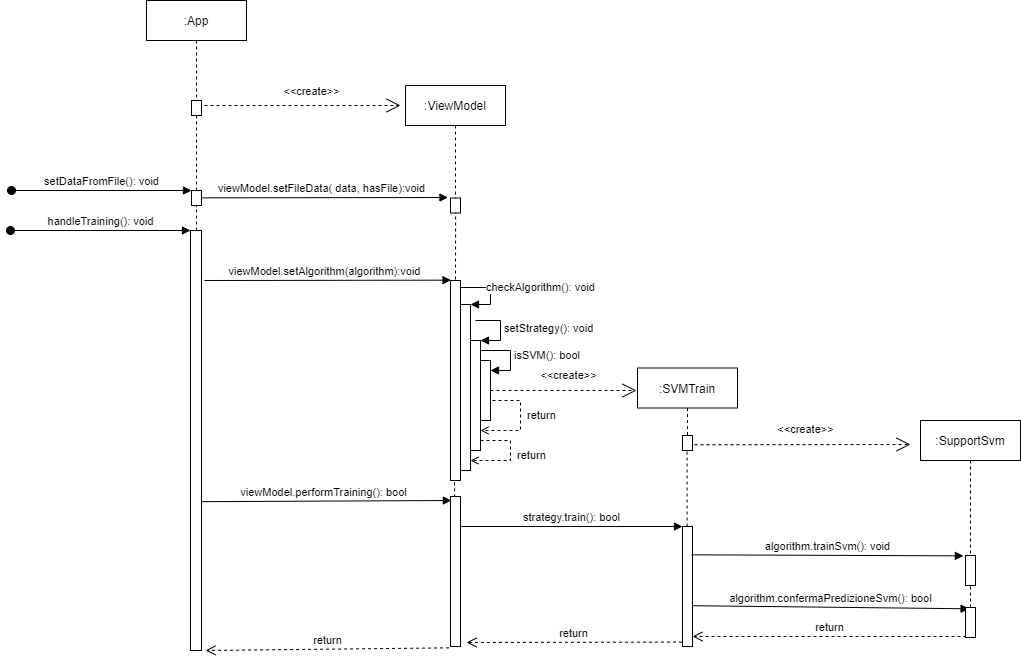
teamafkSWE/PredireInGrafana-docs keeps this draw.io diagram as Diagrams/Sequence_diagrams/trainSVM.png. Above is the earlier version. Source tidied: cells renumbered, new cells last; positions are measured from the earlier drawing's top-left corner, leaving out a move shared by most shapes.
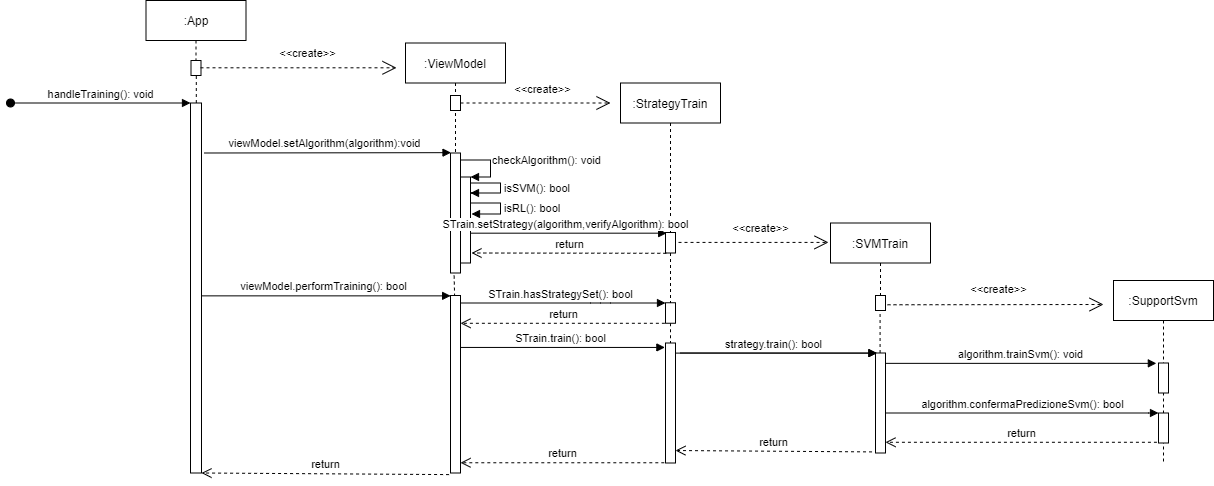
Above is the later version.

Commit message:
aggiornata diagramma a sequenza

What changed in the source:
```diff
@@ -4,10 +4,10 @@
     <mxCell id="1" parent="0" />
-    <mxCell id="2" style="html=1;points=[];perimeter=orthogonalPerimeter;" parent="1" vertex="1">
-      <mxGeometry x="180" y="230" width="11" height="420" as="geometry" />
-    </mxCell>
-    <mxCell id="3" style="html=1;points=[];perimeter=orthogonalPerimeter;" parent="1" vertex="1">
-      <mxGeometry x="440" y="280" width="10" height="200" as="geometry" />
-    </mxCell>
+    <mxCell id="43" style="html=1;points=[];perimeter=orthogonalPerimeter;" parent="1" vertex="1">
+      <mxGeometry x="-250" y="-17.5" width="11" height="370" as="geometry" />
+    </mxCell>
+    <mxCell id="44" style="html=1;points=[];perimeter=orthogonalPerimeter;" parent="1" vertex="1">
+      <mxGeometry x="10" y="32.5" width="10" height="120" as="geometry" />
+    </mxCell>
     <mxCell id="4" value=":App" style="shape=umlLifeline;perimeter=lifelinePerimeter;whiteSpace=wrap;html=1;" parent="1" vertex="1">
-      <mxGeometry x="136" width="100" height="100" as="geometry" />
+      <mxGeometry x="-294.5" y="-120" width="100" height="60" as="geometry" />
     </mxCell>
@@ -15,14 +15,14 @@
       <mxGeometry relative="1" as="geometry">
-        <mxPoint y="230" as="sourcePoint" />
-        <mxPoint x="180" y="230" as="targetPoint" />
+        <mxPoint x="-430" y="-17.5" as="sourcePoint" />
+        <mxPoint x="-250" y="-17.5" as="targetPoint" />
       </mxGeometry>
     </mxCell>
-    <mxCell id="6" style="html=1;points=[];perimeter=orthogonalPerimeter;" parent="1" vertex="1">
-      <mxGeometry x="450" y="304" width="10" height="166" as="geometry" />
-    </mxCell>
+    <mxCell id="45" style="html=1;points=[];perimeter=orthogonalPerimeter;" parent="1" vertex="1">
+      <mxGeometry x="20" y="56.5" width="10" height="86" as="geometry" />
+    </mxCell>
-    <mxCell id="7" value="checkAlgorithm(): void" style="edgeStyle=orthogonalEdgeStyle;html=1;align=left;spacingLeft=2;endArrow=block;rounded=0;entryX=1;entryY=0;exitX=1;exitY=0.143;exitDx=0;exitDy=0;exitPerimeter=0;" parent="1" edge="1" source="3" target="6">
+    <mxCell id="7" value="checkAlgorithm(): void" style="edgeStyle=orthogonalEdgeStyle;html=1;align=left;spacingLeft=2;endArrow=block;rounded=0;entryX=1;entryY=0;exitX=1;exitY=0.143;exitDx=0;exitDy=0;exitPerimeter=0;" parent="1" edge="1" source="44" target="45">
       <mxGeometry relative="1" as="geometry">
         <Array as="points">
-          <mxPoint x="480" y="287" />
-          <mxPoint x="480" y="304" />
+          <mxPoint x="50" y="39.5" />
+          <mxPoint x="50" y="56.5" />
         </Array>
@@ -30,21 +30,9 @@
     </mxCell>
-    <mxCell id="8" style="html=1;points=[];perimeter=orthogonalPerimeter;" parent="1" vertex="1">
-      <mxGeometry x="460" y="340" width="10" height="110" as="geometry" />
-    </mxCell>
-    <mxCell id="9" value="setStrategy(): void" style="edgeStyle=orthogonalEdgeStyle;html=1;align=left;spacingLeft=2;endArrow=block;rounded=0;entryX=1;entryY=0;" parent="1" edge="1" target="8">
-      <mxGeometry relative="1" as="geometry">
-        <mxPoint x="465" y="320" as="sourcePoint" />
-        <Array as="points">
-          <mxPoint x="490" y="320" />
-          <mxPoint x="490" y="340" />
-          <mxPoint x="470" y="340" />
-        </Array>
-      </mxGeometry>
-    </mxCell>
-    <mxCell id="10" value="isSVM(): bool" style="edgeStyle=orthogonalEdgeStyle;html=1;align=left;spacingLeft=2;endArrow=block;rounded=0;" parent="1" edge="1" source="8">
+    <mxCell id="10" value="isSVM(): bool" style="edgeStyle=orthogonalEdgeStyle;html=1;align=left;spacingLeft=2;endArrow=block;rounded=0;" parent="1" edge="1" source="45">
       <mxGeometry relative="1" as="geometry">
-        <mxPoint x="480" y="370" as="targetPoint" />
+        <mxPoint x="30" y="72.5" as="targetPoint" />
         <Array as="points">
-          <mxPoint x="500" y="350" />
-          <mxPoint x="500" y="370" />
+          <mxPoint x="60" y="62.5" />
+          <mxPoint x="60" y="72.5" />
+          <mxPoint x="30" y="72.5" />
         </Array>
@@ -52,147 +40,156 @@
     </mxCell>
-    <mxCell id="11" value=":SVMTrain" style="shape=umlLifeline;perimeter=lifelinePerimeter;whiteSpace=wrap;html=1;" parent="1" vertex="1">
-      <mxGeometry x="627" y="367.5" width="100" height="72.5" as="geometry" />
-    </mxCell>
-    <mxCell id="12" style="html=1;points=[];perimeter=orthogonalPerimeter;" parent="1" vertex="1">
-      <mxGeometry x="672" y="526" width="10" height="120" as="geometry" />
-    </mxCell>
-    <mxCell id="13" value="&amp;lt;&amp;lt;create&amp;gt;&amp;gt;" style="endArrow=open;endSize=12;dashed=1;html=1;exitX=1;exitY=0.5;exitDx=0;exitDy=0;exitPerimeter=0;" parent="1" edge="1" source="25">
-      <mxGeometry x="0.08" y="15" relative="1" as="geometry">
-        <mxPoint x="626" y="390" as="targetPoint" />
-      </mxGeometry>
-    </mxCell>
+    <mxCell id="46" value=":StrategyTrain" style="shape=umlLifeline;perimeter=lifelinePerimeter;whiteSpace=wrap;html=1;" parent="1" vertex="1">
+      <mxGeometry x="180" y="-37.5" width="100" height="150" as="geometry" />
+    </mxCell>
+    <mxCell id="47" style="html=1;points=[];perimeter=orthogonalPerimeter;" parent="1" vertex="1">
+      <mxGeometry x="435" y="232.5" width="10" height="100" as="geometry" />
+    </mxCell>
     <mxCell id="14" value=":SupportSvm" style="shape=umlLifeline;perimeter=lifelinePerimeter;whiteSpace=wrap;html=1;" parent="1" vertex="1">
-      <mxGeometry x="910" y="420" width="100" height="190" as="geometry" />
+      <mxGeometry x="673" y="160" width="100" height="182.5" as="geometry" />
     </mxCell>
-    <mxCell id="15" style="html=1;points=[];perimeter=orthogonalPerimeter;" parent="14" vertex="1">
-      <mxGeometry x="45" y="135" width="10" height="30" as="geometry" />
-    </mxCell>
-    <mxCell id="16" value="return" style="html=1;verticalAlign=bottom;endArrow=open;dashed=1;endSize=8;" parent="1" edge="1" target="12">
-      <mxGeometry relative="1" as="geometry">
-        <mxPoint x="956" y="636" as="sourcePoint" />
-      </mxGeometry>
-    </mxCell>
-    <mxCell id="17" value="return" style="html=1;verticalAlign=bottom;endArrow=open;dashed=1;endSize=8;exitX=-0.057;exitY=0.963;exitDx=0;exitDy=0;exitPerimeter=0;" parent="1" edge="1" source="12">
-      <mxGeometry relative="1" as="geometry">
-        <mxPoint x="456" y="642" as="targetPoint" />
-      </mxGeometry>
-    </mxCell>
+    <mxCell id="48" style="html=1;points=[];perimeter=orthogonalPerimeter;" parent="14" vertex="1">
+      <mxGeometry x="45" y="82.5" width="10" height="30" as="geometry" />
+    </mxCell>
+    <mxCell id="49" style="html=1;points=[];perimeter=orthogonalPerimeter;" parent="14" vertex="1">
+      <mxGeometry x="45" y="132.5" width="10" height="30" as="geometry" />
+    </mxCell>
-    <mxCell id="18" value="return" style="html=1;verticalAlign=bottom;endArrow=open;dashed=1;endSize=8;exitX=-0.143;exitY=1.009;exitDx=0;exitDy=0;exitPerimeter=0;" parent="1" edge="1" source="29">
-      <mxGeometry relative="1" as="geometry">
-        <mxPoint x="195" y="650" as="targetPoint" />
-      </mxGeometry>
+    <mxCell id="18" value="return" style="html=1;verticalAlign=bottom;endArrow=open;dashed=1;endSize=8;exitX=-0.143;exitY=1.009;exitDx=0;exitDy=0;exitPerimeter=0;" parent="1" edge="1" source="53" target="43">
+      <mxGeometry relative="1" as="geometry" />
     </mxCell>
-    <mxCell id="19" value="algorithm.trainSvm(): void" style="html=1;verticalAlign=bottom;endArrow=block;entryX=-0.214;entryY=0.012;entryDx=0;entryDy=0;entryPerimeter=0;exitX=0.917;exitY=0.236;exitDx=0;exitDy=0;exitPerimeter=0;" parent="1" edge="1" source="12" target="15">
+    <mxCell id="19" value="algorithm.trainSvm(): void" style="html=1;verticalAlign=bottom;endArrow=block;entryX=-0.214;entryY=0.012;entryDx=0;entryDy=0;entryPerimeter=0;" parent="1" edge="1" source="47" target="48">
       <mxGeometry relative="1" as="geometry" />
     </mxCell>
-    <mxCell id="20" value="algorithm.confermaPredizioneSvm(): bool" style="html=1;verticalAlign=bottom;endArrow=block;entryX=0.357;entryY=0.043;entryDx=0;entryDy=0;entryPerimeter=0;exitX=1;exitY=0.66;exitDx=0;exitDy=0;exitPerimeter=0;" parent="1" edge="1" source="12" target="31">
-      <mxGeometry relative="1" as="geometry" />
+    <mxCell id="20" value="algorithm.confermaPredizioneSvm(): bool" style="html=1;verticalAlign=bottom;endArrow=block;" parent="1" edge="1" source="47" target="49">
+      <mxGeometry relative="1" as="geometry">
+        <Array as="points">
+          <mxPoint x="718" y="292.5" />
+        </Array>
+      </mxGeometry>
     </mxCell>
-    <mxCell id="21" value="&amp;lt;&amp;lt;create&amp;gt;&amp;gt;" style="endArrow=open;endSize=12;dashed=1;html=1;" parent="1" edge="1">
-      <mxGeometry x="0.08" y="15" relative="1" as="geometry">
-        <mxPoint x="672" y="444.3" as="sourcePoint" />
-        <mxPoint x="900" y="444" as="targetPoint" />
-      </mxGeometry>
-    </mxCell>
+    <mxCell id="50" value="&amp;lt;&amp;lt;create&amp;gt;&amp;gt;" style="endArrow=open;endSize=12;dashed=1;html=1;" parent="1" edge="1">
+      <mxGeometry x="0.08" y="15" relative="1" as="geometry">
+        <mxPoint x="435" y="184.3" as="sourcePoint" />
+        <mxPoint x="663" y="184" as="targetPoint" />
+      </mxGeometry>
+    </mxCell>
     <mxCell id="22" value="viewModel.setAlgorithm(algorithm):void" style="html=1;verticalAlign=bottom;endArrow=block;entryX=-0.25;entryY=0.129;entryDx=0;entryDy=0;entryPerimeter=0;" parent="1" edge="1">
       <mxGeometry x="-0.03" relative="1" as="geometry">
-        <mxPoint x="194" y="280" as="sourcePoint" />
-        <mxPoint x="440.5" y="279.7" as="targetPoint" />
+        <mxPoint x="-236" y="32.5" as="sourcePoint" />
+        <mxPoint x="10.5" y="32.2" as="targetPoint" />
       </mxGeometry>
     </mxCell>
-    <mxCell id="23" value="viewModel.performTraining(): bool" style="html=1;verticalAlign=bottom;endArrow=block;entryX=0.083;entryY=0.111;entryDx=0;entryDy=0;entryPerimeter=0;" parent="1" edge="1">
-      <mxGeometry x="-0.03" relative="1" as="geometry">
-        <mxPoint x="191" y="501.2" as="sourcePoint" />
-        <mxPoint x="440.8" y="500" as="targetPoint" />
-      </mxGeometry>
+    <mxCell id="23" value="viewModel.performTraining(): bool" style="html=1;verticalAlign=bottom;endArrow=block;entryX=0.014;entryY=0.002;entryDx=0;entryDy=0;entryPerimeter=0;" parent="1" edge="1" source="43" target="53">
+      <mxGeometry x="-0.03" relative="1" as="geometry" />
     </mxCell>
+    <mxCell id="26" value=":ViewModel" style="shape=umlLifeline;perimeter=lifelinePerimeter;whiteSpace=wrap;html=1;" parent="1" vertex="1">
+      <mxGeometry x="-35" y="-77.5" width="100" height="110" as="geometry" />
+    </mxCell>
+    <mxCell id="51" style="html=1;perimeter=orthogonalPerimeter;" parent="26" vertex="1">
+      <mxGeometry x="45" y="52.5" width="10" height="15" as="geometry" />
+    </mxCell>
+    <mxCell id="52" style="endArrow=none;dashed=1;html=1;exitX=0.41;exitY=0.006;exitDx=0;exitDy=0;exitPerimeter=0;entryX=0.357;entryY=0.996;entryDx=0;entryDy=0;entryPerimeter=0;" parent="1" edge="1" source="53" target="44">
+      <mxGeometry relative="1" as="geometry" />
+    </mxCell>
+    <mxCell id="53" style="html=1;points=[];perimeter=orthogonalPerimeter;" parent="1" vertex="1">
+      <mxGeometry x="10" y="175" width="10" height="177.5" as="geometry" />
+    </mxCell>
+    <mxCell id="54" style="html=1;perimeter=orthogonalPerimeter;" parent="1" vertex="1">
+      <mxGeometry x="435" y="175" width="10" height="15" as="geometry" />
+    </mxCell>
+    <mxCell id="55" style="endArrow=none;dashed=1;html=1;" parent="1" edge="1" source="47">
+      <mxGeometry relative="1" as="geometry">
+        <mxPoint x="439.6" y="190" as="targetPoint" />
+      </mxGeometry>
+    </mxCell>
+    <mxCell id="56" style="endArrow=none;dashed=1;html=1;entryX=0.53;entryY=0.973;entryDx=0;entryDy=0;entryPerimeter=0;" parent="1" edge="1" source="43" target="72">
+      <mxGeometry relative="1" as="geometry" />
+    </mxCell>
+    <mxCell id="57" value="isRL(): bool" style="edgeStyle=orthogonalEdgeStyle;html=1;align=left;spacingLeft=2;endArrow=block;rounded=0;" parent="1" edge="1" source="45">
+      <mxGeometry relative="1" as="geometry">
+        <mxPoint x="31" y="93.5" as="targetPoint" />
+        <Array as="points">
+          <mxPoint x="30" y="82.5" />
+          <mxPoint x="60" y="82.5" />
+          <mxPoint x="60" y="93.5" />
+          <mxPoint x="31" y="93.5" />
+        </Array>
+      </mxGeometry>
+    </mxCell>
+    <mxCell id="58" value="&amp;lt;&amp;lt;create&amp;gt;&amp;gt;" style="endArrow=open;endSize=12;dashed=1;html=1;" parent="1" edge="1">
+      <mxGeometry x="0.1" y="14" relative="1" as="geometry">
+        <mxPoint x="20" y="-17.5" as="sourcePoint" />
+        <mxPoint x="170" y="-17.5" as="targetPoint" />
+      </mxGeometry>
+    </mxCell>
+    <mxCell id="11" value=":SVMTrain" style="shape=umlLifeline;perimeter=lifelinePerimeter;whiteSpace=wrap;html=1;" parent="1" vertex="1">
+      <mxGeometry x="390" y="102.5" width="100" height="72.5" as="geometry" />
+    </mxCell>
+    <mxCell id="59" value="&lt;span style=&quot;text-align: left&quot;&gt;STrain.setStrategy(algorithm,verifyAlgorithm): bool&lt;/span&gt;" style="html=1;verticalAlign=bottom;endArrow=block;entryX=0.117;entryY=0.033;entryDx=0;entryDy=0;entryPerimeter=0;" parent="1" edge="1" source="45" target="60">
+      <mxGeometry x="-0.03" relative="1" as="geometry" />
+    </mxCell>
+    <mxCell id="60" style="html=1;points=[];perimeter=orthogonalPerimeter;" parent="1" vertex="1">
+      <mxGeometry x="225" y="112" width="10" height="20.5" as="geometry" />
+    </mxCell>
+    <mxCell id="61" value="return" style="html=1;verticalAlign=bottom;endArrow=open;dashed=1;endSize=8;exitX=0.081;exitY=1.014;exitDx=0;exitDy=0;exitPerimeter=0;" parent="1" edge="1" source="60">
+      <mxGeometry relative="1" as="geometry">
+        <mxPoint x="31" y="132.5" as="targetPoint" />
+      </mxGeometry>
+    </mxCell>
+    <mxCell id="62" value="&amp;lt;&amp;lt;create&amp;gt;&amp;gt;" style="endArrow=open;endSize=12;dashed=1;html=1;" parent="1" edge="1">
+      <mxGeometry x="0.1" y="14" relative="1" as="geometry">
+        <mxPoint x="238" y="121.9" as="sourcePoint" />
+        <mxPoint x="388" y="121.9" as="targetPoint" />
+      </mxGeometry>
+    </mxCell>
+    <mxCell id="63" value="STrain.hasStrategySet(): bool" style="html=1;verticalAlign=bottom;endArrow=block;" parent="1" edge="1" source="53" target="64">
+      <mxGeometry x="-0.03" relative="1" as="geometry">
+        <Array as="points">
+          <mxPoint x="160" y="182.5" />
+        </Array>
+      </mxGeometry>
+    </mxCell>
+    <mxCell id="64" style="html=1;points=[];perimeter=orthogonalPerimeter;" parent="1" vertex="1">
+      <mxGeometry x="225" y="182.2" width="10" height="20.5" as="geometry" />
+    </mxCell>
+    <mxCell id="65" value="return" style="html=1;verticalAlign=bottom;endArrow=open;dashed=1;endSize=8;exitX=-0.062;exitY=1.002;exitDx=0;exitDy=0;exitPerimeter=0;" parent="1" edge="1" source="64" target="53">
+      <mxGeometry relative="1" as="geometry" />
+    </mxCell>
+    <mxCell id="66" style="html=1;points=[];perimeter=orthogonalPerimeter;" parent="1" vertex="1">
+      <mxGeometry x="225" y="222.5" width="10" height="120" as="geometry" />
+    </mxCell>
+    <mxCell id="67" value="STrain.train(): bool" style="html=1;verticalAlign=bottom;endArrow=block;entryX=-0.062;entryY=0.037;entryDx=0;entryDy=0;entryPerimeter=0;" parent="1" edge="1" source="53" target="66">
+      <mxGeometry x="-0.03" relative="1" as="geometry" />
+    </mxCell>
+    <mxCell id="68" value="return" style="html=1;verticalAlign=bottom;endArrow=open;dashed=1;endSize=8;exitX=-0.12;exitY=0.998;exitDx=0;exitDy=0;exitPerimeter=0;" parent="1" edge="1" source="66" target="53">
+      <mxGeometry relative="1" as="geometry" />
+    </mxCell>
+    <mxCell id="69" value="STrain.train(): bool" style="html=1;verticalAlign=bottom;endArrow=block;entryX=0.143;entryY=0.001;entryDx=0;entryDy=0;entryPerimeter=0;" parent="1" edge="1" target="47">
+      <mxGeometry x="-0.03" relative="1" as="geometry">
+        <mxPoint x="240" y="232.5" as="sourcePoint" />
+      </mxGeometry>
+    </mxCell>
-    <mxCell id="24" value="strategy.train(): bool" style="html=1;verticalAlign=bottom;endArrow=block;" parent="1" edge="1" target="12">
-      <mxGeometry relative="1" as="geometry">
-        <mxPoint x="450" y="526" as="sourcePoint" />
-      </mxGeometry>
+    <mxCell id="24" value="strategy.train(): bool" style="html=1;verticalAlign=bottom;endArrow=block;entryX=0.143;entryY=0.001;entryDx=0;entryDy=0;entryPerimeter=0;" parent="1" edge="1" source="66" target="47">
+      <mxGeometry x="-0.03" relative="1" as="geometry" />
     </mxCell>
-    <mxCell id="25" style="html=1;points=[];perimeter=orthogonalPerimeter;" parent="1" vertex="1">
-      <mxGeometry x="470" y="360" width="10" height="60" as="geometry" />
-    </mxCell>
-    <mxCell id="26" value=":ViewModel" style="shape=umlLifeline;perimeter=lifelinePerimeter;whiteSpace=wrap;html=1;" parent="1" vertex="1">
-      <mxGeometry x="395" y="85" width="100" height="120" as="geometry" />
-    </mxCell>
-    <mxCell id="27" value="&amp;lt;&amp;lt;create&amp;gt;&amp;gt;" style="endArrow=open;endSize=12;dashed=1;html=1;" parent="26" edge="1">
-      <mxGeometry x="0.1" y="14" relative="1" as="geometry">
-        <mxPoint x="-201" y="20" as="sourcePoint" />
-        <mxPoint x="-5" y="20" as="targetPoint" />
-      </mxGeometry>
-    </mxCell>
-    <mxCell id="28" style="endArrow=none;dashed=1;html=1;exitX=0.41;exitY=0.006;exitDx=0;exitDy=0;exitPerimeter=0;" parent="1" edge="1" source="29">
-      <mxGeometry relative="1" as="geometry">
-        <mxPoint x="444" y="480" as="targetPoint" />
-      </mxGeometry>
-    </mxCell>
-    <mxCell id="29" style="html=1;points=[];perimeter=orthogonalPerimeter;" parent="1" vertex="1">
-      <mxGeometry x="440" y="496" width="10" height="150" as="geometry" />
-    </mxCell>
-    <mxCell id="30" style="html=1;perimeter=orthogonalPerimeter;" parent="1" vertex="1">
-      <mxGeometry x="672" y="435" width="10" height="15" as="geometry" />
-    </mxCell>
-    <mxCell id="31" style="html=1;points=[];perimeter=orthogonalPerimeter;" parent="1" vertex="1">
-      <mxGeometry x="955" y="607" width="10" height="30" as="geometry" />
-    </mxCell>
-    <mxCell id="32" style="endArrow=none;dashed=1;html=1;" parent="1" edge="1" source="12">
-      <mxGeometry relative="1" as="geometry">
-        <mxPoint x="676.6" y="450" as="targetPoint" />
-      </mxGeometry>
-    </mxCell>
-    <mxCell id="33" value="&amp;nbsp;return" style="edgeStyle=orthogonalEdgeStyle;html=1;align=left;spacingLeft=2;endArrow=open;rounded=0;dashed=1;endFill=0;" parent="1" edge="1" target="8">
-      <mxGeometry relative="1" as="geometry">
-        <mxPoint x="480" y="410" as="sourcePoint" />
-        <Array as="points">
-          <mxPoint x="480" y="400" />
-          <mxPoint x="510" y="400" />
-          <mxPoint x="510" y="430" />
-        </Array>
-      </mxGeometry>
-    </mxCell>
-    <mxCell id="34" value="&amp;nbsp;return" style="edgeStyle=orthogonalEdgeStyle;html=1;align=left;spacingLeft=2;endArrow=open;rounded=0;dashed=1;endFill=0;" parent="1" edge="1">
-      <mxGeometry relative="1" as="geometry">
-        <mxPoint x="470" y="440" as="sourcePoint" />
-        <mxPoint x="460" y="460" as="targetPoint" />
-        <Array as="points">
-          <mxPoint x="500" y="440" />
-          <mxPoint x="500" y="460" />
-          <mxPoint x="460" y="460" />
-        </Array>
-      </mxGeometry>
-    </mxCell>
-    <mxCell id="35" style="endArrow=none;dashed=1;html=1;entryX=0.498;entryY=0.989;entryDx=0;entryDy=0;entryPerimeter=0;" parent="1" edge="1" source="2" target="36">
-      <mxGeometry relative="1" as="geometry" />
-    </mxCell>
-    <mxCell id="36" style="html=1;points=[];perimeter=orthogonalPerimeter;" parent="1" vertex="1">
-      <mxGeometry x="181" y="190" width="10" height="15" as="geometry" />
-    </mxCell>
-    <mxCell id="37" value="setDataFromFile(): void" style="html=1;verticalAlign=bottom;startArrow=oval;endArrow=block;startSize=8;" parent="1" edge="1">
-      <mxGeometry relative="1" as="geometry">
-        <mxPoint x="1" y="190" as="sourcePoint" />
-        <mxPoint x="181" y="190" as="targetPoint" />
-      </mxGeometry>
-    </mxCell>
-    <mxCell id="38" value="viewModel.setFileData( data, hasFile):void" style="html=1;verticalAlign=bottom;endArrow=block;entryX=-0.25;entryY=0.129;entryDx=0;entryDy=0;entryPerimeter=0;" parent="1" edge="1">
-      <mxGeometry x="-0.03" relative="1" as="geometry">
-        <mxPoint x="191" y="197.3" as="sourcePoint" />
-        <mxPoint x="437.5" y="197" as="targetPoint" />
-      </mxGeometry>
-    </mxCell>
-    <mxCell id="39" style="html=1;points=[];perimeter=orthogonalPerimeter;" parent="1" vertex="1">
-      <mxGeometry x="440" y="197.5" width="10" height="15" as="geometry" />
-    </mxCell>
-    <mxCell id="40" style="html=1;points=[];perimeter=orthogonalPerimeter;" parent="1" vertex="1">
-      <mxGeometry x="181" y="100" width="10" height="15" as="geometry" />
-    </mxCell>
-    <mxCell id="41" style="endArrow=none;dashed=1;html=1;" parent="1" edge="1" source="36" target="40">
-      <mxGeometry relative="1" as="geometry" />
-    </mxCell>
-    <mxCell id="42" style="endArrow=none;dashed=1;html=1;entryX=0.51;entryY=0.989;entryDx=0;entryDy=0;entryPerimeter=0;" parent="1" edge="1" target="39">
-      <mxGeometry relative="1" as="geometry">
-        <mxPoint x="445" y="279" as="sourcePoint" />
-      </mxGeometry>
-    </mxCell>
+    <mxCell id="70" value="return" style="html=1;verticalAlign=bottom;endArrow=open;dashed=1;endSize=8;exitX=-0.157;exitY=0.976;exitDx=0;exitDy=0;exitPerimeter=0;" parent="1" edge="1" source="49" target="47">
+      <mxGeometry relative="1" as="geometry" />
+    </mxCell>
+    <mxCell id="71" value="return" style="html=1;verticalAlign=bottom;endArrow=open;dashed=1;endSize=8;exitX=-0.348;exitY=0.989;exitDx=0;exitDy=0;exitPerimeter=0;entryX=0.997;entryY=0.896;entryDx=0;entryDy=0;entryPerimeter=0;" parent="1" edge="1" source="47" target="66">
+      <mxGeometry relative="1" as="geometry" />
+    </mxCell>
+    <mxCell id="72" style="html=1;points=[];perimeter=orthogonalPerimeter;" parent="1" vertex="1">
+      <mxGeometry x="-249.5" y="-60" width="10" height="15" as="geometry" />
+    </mxCell>
+    <mxCell id="73" value="&amp;lt;&amp;lt;create&amp;gt;&amp;gt;" style="endArrow=open;endSize=12;dashed=1;html=1;" parent="1" edge="1">
+      <mxGeometry x="0.1" y="14" relative="1" as="geometry">
+        <mxPoint x="-240" y="-52.7" as="sourcePoint" />
+        <mxPoint x="-44" y="-52.7" as="targetPoint" />
+      </mxGeometry>
+    </mxCell>
+    <mxCell id="74" style="endArrow=none;dashed=1;html=1;" parent="1" edge="1" source="60" target="64">
+      <mxGeometry relative="1" as="geometry" />
+    </mxCell>
+    <mxCell id="75" style="endArrow=none;dashed=1;html=1;" parent="1" edge="1" source="64" target="66">
+      <mxGeometry relative="1" as="geometry" />
+    </mxCell>
   </root>
```
